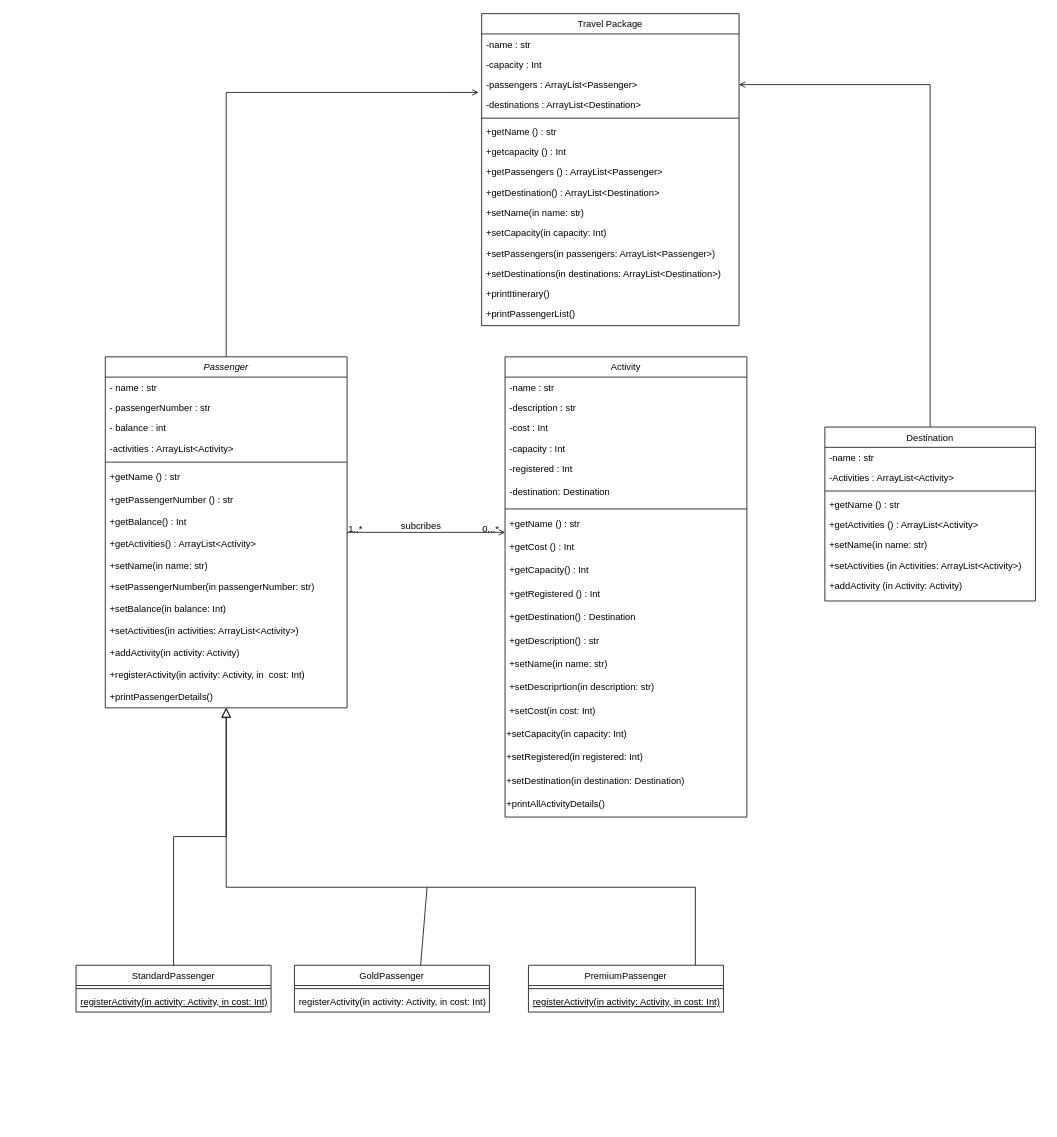
Above: Nymble.drawio in abhigyantiwari42/nymble (draw.io), before the change. Source tidied: cells renumbered, new cells numbered last; positions are measured from the earlier drawing's top-left corner, leaving out a move shared by most shapes. Both pictures are drawn from the tidied source at 78%, with x=0, y=0 at pixel (76, 13).
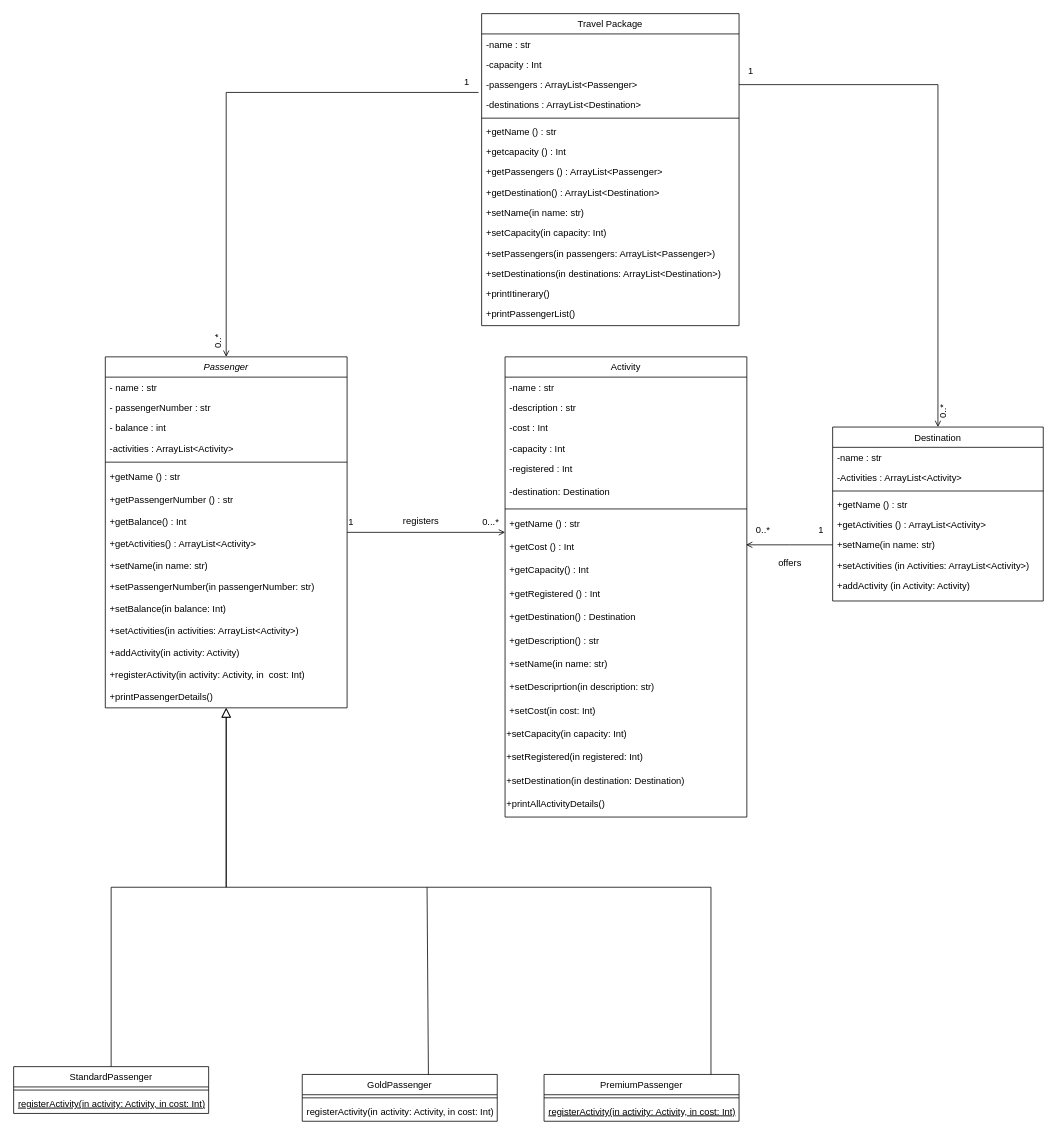
The same diagram, later.

The change refers to these unchanged cells:
```xml
<mxCell id="2" value="Passenger" style="swimlane;fontStyle=2;align=center;verticalAlign=top;horizontal=1;startSize=26;rounded=0;shadow=0;strokeWidth=1;" parent="1" vertex="1">
  <mxGeometry x="37.5" y="440" width="310" height="450" as="geometry" />
</mxCell>
<mxCell id="45" style="endArrow=open;shadow=0;strokeWidth=1;rounded=0;curved=0;endFill=1;edgeStyle=elbowEdgeStyle;elbow=vertical;" parent="1" edge="1" source="2" target="24">
  <mxGeometry x="0.5" y="41" relative="1" as="geometry">
    <mxPoint x="-40" y="32" as="offset" />
  </mxGeometry>
</mxCell>
<mxCell id="62" value="+setName(in name: str) " style="text;align=left;verticalAlign=top;spacingLeft=4;spacingRight=4;overflow=hidden;points=[[0,0.5],[1,0.5]];portConstraint=eastwest;" parent="56" vertex="1">
  <mxGeometry y="138" width="270" height="26" as="geometry" />
</mxCell>
<mxCell id="68" value="-passengers : ArrayList&lt;Passenger&gt;" style="text;align=left;verticalAlign=top;spacingLeft=4;spacingRight=4;overflow=hidden;points=[[0,0.5],[1,0.5]];portConstraint=eastwest;rounded=0;shadow=0;html=0;" parent="65" vertex="1">
  <mxGeometry y="78" width="330" height="26" as="geometry" />
</mxCell>
<mxCell id="69" value="-destinations : ArrayList&lt;Destination&gt;" style="text;align=left;verticalAlign=top;spacingLeft=4;spacingRight=4;overflow=hidden;points=[[0,0.5],[1,0.5]];portConstraint=eastwest;rounded=0;shadow=0;html=0;" parent="65" vertex="1">
  <mxGeometry y="104" width="330" height="26" as="geometry" />
</mxCell>
```

What changed in the source:
```diff
@@
     <mxCell id="19" value="StandardPassenger" style="swimlane;fontStyle=0;align=center;verticalAlign=top;horizontal=1;startSize=26;rounded=0;shadow=0;strokeWidth=1;" parent="1" vertex="1">
-      <mxGeometry y="1220" width="250" height="60" as="geometry" />
+      <mxGeometry x="-80" y="1350" width="250" height="60" as="geometry" />
     </mxCell>
@@
-    <mxCell id="22" style="endArrow=block;endSize=10;endFill=0;shadow=0;strokeWidth=1;rounded=0;curved=0;edgeStyle=elbowEdgeStyle;elbow=vertical;" parent="1" edge="1" source="19" target="2">
+    <mxCell id="22" style="endArrow=block;endSize=10;endFill=0;shadow=0;strokeWidth=1;rounded=0;curved=0;edgeStyle=elbowEdgeStyle;elbow=vertical;exitX=0.5;exitY=0;exitDx=0;exitDy=0;" parent="1" edge="1" source="19" target="2">
       <mxGeometry relative="1" as="geometry" />
     </mxCell>
@@
-    <mxCell id="46" value="1..*" style="align=left;verticalAlign=bottom;labelBackgroundColor=none;fontSize=12;" parent="45" vertex="1">
+    <mxCell id="46" value="1" style="align=left;verticalAlign=bottom;labelBackgroundColor=none;fontSize=12;" parent="45" vertex="1">
       <mxGeometry x="-1" relative="1" as="geometry">
-        <mxPoint y="4" as="offset" />
+        <mxPoint y="-5" as="offset" />
       </mxGeometry>
     </mxCell>
     <mxCell id="47" value="0...*" style="align=right;verticalAlign=bottom;labelBackgroundColor=none;fontSize=12;" parent="45" vertex="1">
       <mxGeometry x="1" relative="1" as="geometry">
-        <mxPoint x="-7" y="4" as="offset" />
+        <mxPoint x="-7" y="-5" as="offset" />
       </mxGeometry>
     </mxCell>
-    <mxCell id="48" value="subcribes" style="text;html=1;align=center;verticalAlign=middle;labelBackgroundColor=none;rounded=0;shadow=0;strokeWidth=1;fontSize=12;" parent="45" vertex="1">
+    <mxCell id="48" value="registers" style="text;html=1;align=center;verticalAlign=middle;labelBackgroundColor=none;rounded=0;shadow=0;strokeWidth=1;fontSize=12;" parent="45" vertex="1">
       <mxGeometry x="0.5" y="49" relative="1" as="geometry">
-        <mxPoint x="-58" y="40" as="offset" />
+        <mxPoint x="-58" y="34" as="offset" />
       </mxGeometry>
     </mxCell>
     <mxCell id="49" value="GoldPassenger" style="swimlane;fontStyle=0;align=center;verticalAlign=top;horizontal=1;startSize=26;rounded=0;shadow=0;strokeWidth=1;" parent="1" vertex="1">
-      <mxGeometry x="280" y="1220" width="250" height="60" as="geometry" />
+      <mxGeometry x="290" y="1360" width="250" height="60" as="geometry" />
     </mxCell>
@@
     <mxCell id="52" value="PremiumPassenger" style="swimlane;fontStyle=0;align=center;verticalAlign=top;horizontal=1;startSize=26;rounded=0;shadow=0;strokeWidth=1;" parent="1" vertex="1">
-      <mxGeometry x="580" y="1220" width="250" height="60" as="geometry" />
+      <mxGeometry x="600" y="1360" width="250" height="60" as="geometry" />
     </mxCell>
@@
-    <mxCell id="55" style="edgeStyle=orthogonalEdgeStyle;rounded=0;jettySize=auto;html=1;exitX=0.5;exitY=0;exitDx=0;exitDy=0;entryX=1;entryY=0.5;entryDx=0;entryDy=0;endArrow=open;endFill=0;" parent="1" edge="1" source="56" target="68">
-      <mxGeometry relative="1" as="geometry" />
-    </mxCell>
     <mxCell id="56" value="Destination" style="swimlane;fontStyle=0;align=center;verticalAlign=top;horizontal=1;startSize=26;rounded=0;shadow=0;strokeWidth=1;" parent="1" vertex="1">
-      <mxGeometry x="960" y="530" width="270" height="223" as="geometry" />
+      <mxGeometry x="970" y="530" width="270" height="223" as="geometry" />
     </mxCell>
@@
+    <mxCell id="83" style="edgeStyle=orthogonalEdgeStyle;rounded=0;jettySize=auto;html=1;endArrow=open;endFill=0;" parent="56" edge="1" source="62">
+      <mxGeometry relative="1" as="geometry">
+        <mxPoint x="-111" y="151" as="targetPoint" />
+      </mxGeometry>
+    </mxCell>
@@
+    <mxCell id="82" style="endArrow=none;html=1;rounded=0;exitX=0.647;exitY=0.007;exitDx=0;exitDy=0;exitPerimeter=0;" parent="1" edge="1" source="49">
+      <mxGeometry relative="1" as="geometry">
+        <mxPoint x="450" y="1120" as="targetPoint" />
+      </mxGeometry>
+    </mxCell>
+    <mxCell id="84" value="1" style="align=left;verticalAlign=bottom;labelBackgroundColor=none;fontSize=12;rotation=0;" parent="1" vertex="1">
+      <mxGeometry x="520" y="90" as="geometry">
+        <mxPoint x="-24" y="6" as="offset" />
+      </mxGeometry>
+    </mxCell>
-    <mxCell id="81" style="edgeStyle=orthogonalEdgeStyle;rounded=0;jettySize=auto;html=1;exitX=0.5;exitY=0;exitDx=0;exitDy=0;entryX=-0.012;entryY=-0.115;entryDx=0;entryDy=0;entryPerimeter=0;endArrow=open;endFill=0;" parent="1" edge="1" source="2" target="69">
+    <mxCell id="81" style="edgeStyle=orthogonalEdgeStyle;rounded=0;jettySize=auto;html=1;exitX=-0.012;exitY=-0.115;exitDx=0;exitDy=0;entryX=0.5;entryY=0;entryDx=0;entryDy=0;endArrow=open;endFill=0;exitPerimeter=0;" parent="1" edge="1" source="69" target="2">
       <mxGeometry relative="1" as="geometry" />
     </mxCell>
-    <mxCell id="82" style="endArrow=none;html=1;rounded=0;exitX=0.647;exitY=0.007;exitDx=0;exitDy=0;exitPerimeter=0;" parent="1" edge="1" source="49">
-      <mxGeometry relative="1" as="geometry">
-        <mxPoint x="450" y="1120" as="targetPoint" />
-      </mxGeometry>
-    </mxCell>
+    <mxCell id="85" value="0..*" style="align=left;verticalAlign=bottom;labelBackgroundColor=none;fontSize=12;rotation=-90;" parent="1" vertex="1">
+      <mxGeometry x="190" y="430" as="geometry" />
+    </mxCell>
+    <mxCell id="55" style="edgeStyle=orthogonalEdgeStyle;rounded=0;jettySize=auto;html=1;exitX=1;exitY=0.5;exitDx=0;exitDy=0;entryX=0.5;entryY=0;entryDx=0;entryDy=0;endArrow=open;endFill=0;" parent="1" edge="1" source="68" target="56">
+      <mxGeometry relative="1" as="geometry" />
+    </mxCell>
+    <mxCell id="86" value="0..*" style="align=left;verticalAlign=bottom;labelBackgroundColor=none;fontSize=12;rotation=-90;" parent="1" vertex="1">
+      <mxGeometry x="1120" y="520" as="geometry" />
+    </mxCell>
+    <mxCell id="87" value="1" style="text;whiteSpace=wrap;html=1;" parent="1" vertex="1">
+      <mxGeometry x="860" y="60" width="40" height="40" as="geometry" />
+    </mxCell>
+    <mxCell id="88" value="0..*" style="align=left;verticalAlign=bottom;labelBackgroundColor=none;fontSize=12;" parent="1" vertex="1">
+      <mxGeometry x="870" y="670" as="geometry" />
+    </mxCell>
+    <mxCell id="89" value="1" style="align=left;verticalAlign=bottom;labelBackgroundColor=none;fontSize=12;" parent="1" vertex="1">
+      <mxGeometry x="950" y="670" as="geometry" />
+    </mxCell>
+    <mxCell id="90" value="offers" style="text;html=1;align=center;verticalAlign=middle;labelBackgroundColor=none;rounded=0;shadow=0;strokeWidth=1;fontSize=12;" parent="1" vertex="1">
+      <mxGeometry x="930" y="710" as="geometry">
+        <mxPoint x="-16" y="-6" as="offset" />
+      </mxGeometry>
+    </mxCell>
```
